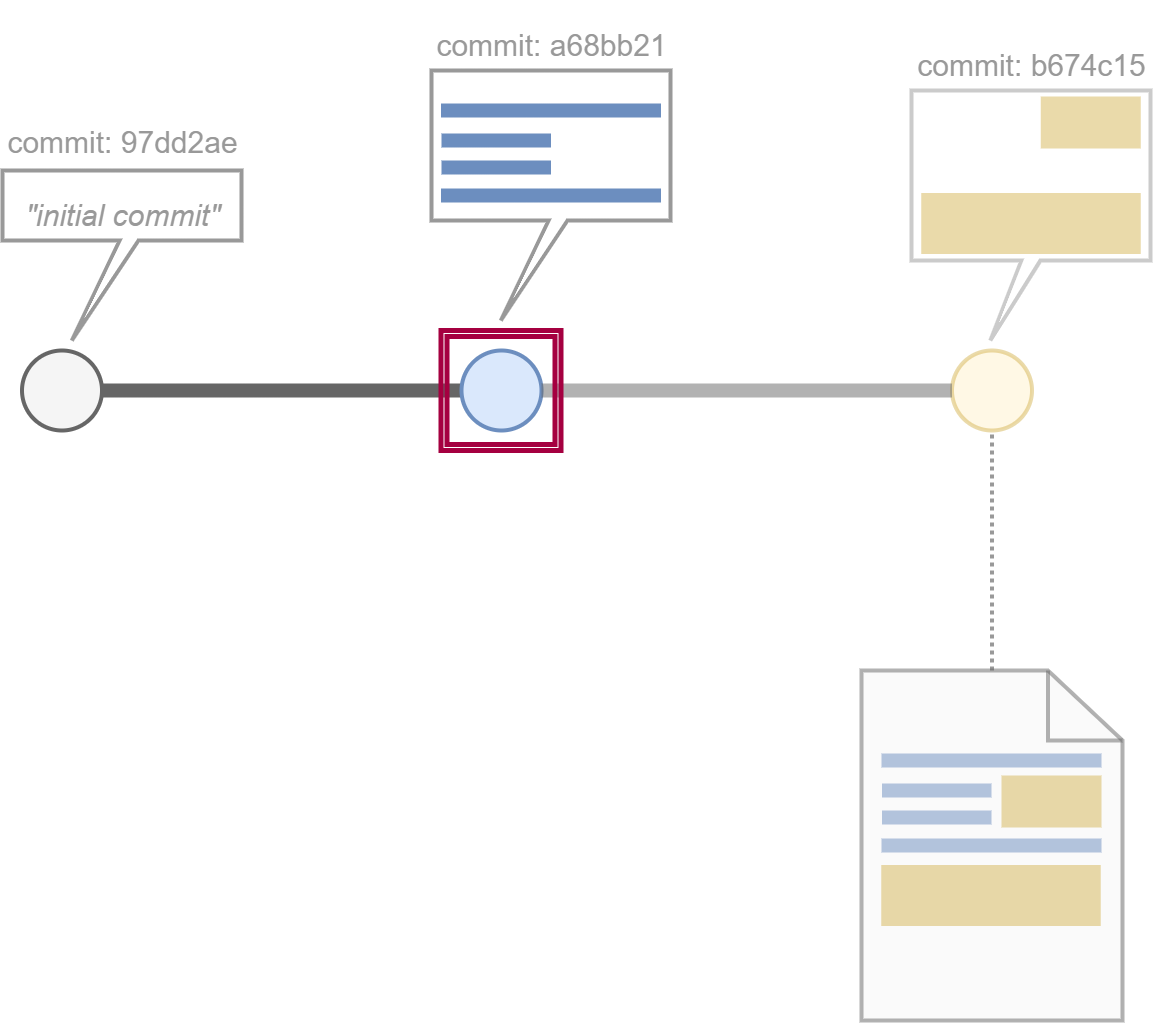
This is img/what_is_git_video/9_why_is_this_useful_b.drawio.png from SheCodesAus/what_is_git, a draw.io export, as it was before one commit. Source tidied: cells renumbered, new cells last; positions are measured from the earlier drawing's top-left corner, leaving out a move shared by most shapes. Source of this version:
```xml
<mxGraphModel>
  <root>
    <mxCell id="0" />
    <mxCell id="1" parent="0" />
    <mxCell id="2" style="shape=callout;whiteSpace=wrap;html=1;perimeter=calloutPerimeter;strokeWidth=4;base=19;size=80;position=0.46;position2=0.33;strokeColor=#999999;opacity=50;" parent="1" vertex="1">
      <mxGeometry x="909" y="80" width="239" height="250" as="geometry" />
    </mxCell>
    <mxCell id="3" style="shape=callout;whiteSpace=wrap;html=1;perimeter=calloutPerimeter;strokeWidth=4;base=19;size=100;position=0.49;position2=0.29;strokeColor=#999999;" parent="1" vertex="1">
      <mxGeometry x="429" y="60" width="239" height="250" as="geometry" />
    </mxCell>
    <mxCell id="4" style="verticalLabelPosition=bottom;shadow=0;dashed=0;align=center;html=1;verticalAlign=top;strokeWidth=14;shape=mxgraph.mockup.markup.line;strokeColor=#6c8ebf;fillColor=#dae8fc;" parent="1" vertex="1">
      <mxGeometry x="438.5" y="90" width="220" height="20" as="geometry" />
    </mxCell>
    <mxCell id="5" style="verticalLabelPosition=bottom;shadow=0;dashed=0;align=center;html=1;verticalAlign=top;strokeWidth=14;shape=mxgraph.mockup.markup.line;strokeColor=#6c8ebf;fillColor=#dae8fc;" parent="1" vertex="1">
      <mxGeometry x="439" y="120" width="109.5" height="20" as="geometry" />
    </mxCell>
    <mxCell id="6" style="verticalLabelPosition=bottom;shadow=0;dashed=0;align=center;html=1;verticalAlign=top;strokeWidth=14;shape=mxgraph.mockup.markup.line;strokeColor=#6c8ebf;fillColor=#dae8fc;" parent="1" vertex="1">
      <mxGeometry x="439" y="147" width="109.5" height="20" as="geometry" />
    </mxCell>
    <mxCell id="7" style="verticalLabelPosition=bottom;shadow=0;dashed=0;align=center;html=1;verticalAlign=top;strokeWidth=14;shape=mxgraph.mockup.markup.line;strokeColor=#6c8ebf;fillColor=#dae8fc;" parent="1" vertex="1">
      <mxGeometry x="438.5" y="175" width="220" height="20" as="geometry" />
    </mxCell>
    <mxCell id="8" style="verticalLabelPosition=bottom;shadow=0;dashed=0;align=center;html=1;verticalAlign=top;strokeWidth=61;shape=mxgraph.mockup.markup.line;strokeColor=#d6b656;fillColor=#fff2cc;opacity=50;" parent="1" vertex="1">
      <mxGeometry x="918.8" y="203" width="219.5" height="20" as="geometry" />
    </mxCell>
    <mxCell id="9" style="verticalLabelPosition=bottom;shadow=0;dashed=0;align=center;html=1;verticalAlign=top;strokeWidth=52;shape=mxgraph.mockup.markup.line;strokeColor=#d6b656;fillColor=#fff2cc;opacity=50;" parent="1" vertex="1">
      <mxGeometry x="1038.2" y="102" width="100" height="20" as="geometry" />
    </mxCell>
    <mxCell id="10" style="ellipse;whiteSpace=wrap;html=1;strokeWidth=4;fillColor=#f5f5f5;fontColor=#333333;strokeColor=#666666;" parent="1" vertex="1">
      <mxGeometry x="19.5" y="340" width="80" height="80" as="geometry" />
    </mxCell>
    <mxCell id="11" style="endArrow=none;html=1;exitX=1;exitY=0.5;exitDx=0;exitDy=0;strokeWidth=14;strokeColor=#666666;entryX=0;entryY=0.5;entryDx=0;entryDy=0;" parent="1" edge="1" source="10" target="12">
      <mxGeometry relative="1" as="geometry" />
    </mxCell>
    <mxCell id="12" style="ellipse;whiteSpace=wrap;html=1;strokeWidth=4;fillColor=#dae8fc;strokeColor=#6c8ebf;" parent="1" vertex="1">
      <mxGeometry x="459" y="340" width="80" height="80" as="geometry" />
    </mxCell>
    <mxCell id="13" style="ellipse;whiteSpace=wrap;html=1;strokeWidth=4;fillColor=#fff2cc;strokeColor=#d6b656;opacity=50;" parent="1" vertex="1">
      <mxGeometry x="949.5" y="340" width="80" height="80" as="geometry" />
    </mxCell>
    <mxCell id="14" style="endArrow=none;html=1;strokeWidth=14;strokeColor=#666666;entryX=0;entryY=0.5;entryDx=0;entryDy=0;exitX=1;exitY=0.5;exitDx=0;exitDy=0;edgeStyle=entityRelationEdgeStyle;opacity=50;" parent="1" edge="1" source="12" target="13">
      <mxGeometry relative="1" as="geometry" />
    </mxCell>
    <mxCell id="15" style="shape=callout;whiteSpace=wrap;html=1;perimeter=calloutPerimeter;strokeWidth=4;base=19;size=100;position=0.49;position2=0.29;strokeColor=#999999;" parent="1" vertex="1">
      <mxGeometry y="160" width="239" height="170" as="geometry" />
    </mxCell>
    <mxCell id="16" value="&lt;font style=&quot;font-size: 30px;&quot;&gt;&lt;i style=&quot;font-weight: normal;&quot;&gt;&quot;initial commit&quot;&lt;/i&gt;&lt;/font&gt;" style="text;strokeColor=none;fillColor=none;html=1;fontSize=60;fontStyle=1;verticalAlign=middle;align=center;fontColor=#999999;" parent="1" vertex="1">
      <mxGeometry y="170" width="240" height="50" as="geometry" />
    </mxCell>
    <mxCell id="17" style="shape=ext;double=1;whiteSpace=wrap;html=1;fillColor=none;strokeWidth=5;strokeColor=#A50040;fontColor=#ffffff;" parent="1" vertex="1">
      <mxGeometry x="438.5" y="320" width="120" height="120" as="geometry" />
    </mxCell>
    <mxCell id="18" style="edgeStyle=none;html=1;entryX=0.5;entryY=1;entryDx=0;entryDy=0;strokeWidth=4;fontColor=#999999;endArrow=none;endFill=0;dashed=1;strokeColor=#999999;dashPattern=1 1;rounded=1;jumpStyle=none;shadow=0;" parent="1" edge="1" source="19" target="13">
      <mxGeometry relative="1" as="geometry" />
    </mxCell>
    <mxCell id="19" style="html=1;verticalLabelPosition=bottom;align=center;labelBackgroundColor=#ffffff;verticalAlign=top;strokeWidth=4;strokeColor=#666666;shadow=0;dashed=0;shape=mxgraph.ios7.icons.document;fillColor=#f5f5f5;fontColor=#333333;opacity=50;" parent="1" vertex="1">
      <mxGeometry x="859" y="660" width="261" height="350" as="geometry" />
    </mxCell>
    <mxCell id="20" style="verticalLabelPosition=bottom;shadow=0;dashed=0;align=center;html=1;verticalAlign=top;strokeWidth=14;shape=mxgraph.mockup.markup.line;strokeColor=#6c8ebf;fillColor=#dae8fc;opacity=50;" parent="1" vertex="1">
      <mxGeometry x="879" y="740" width="220" height="20" as="geometry" />
    </mxCell>
    <mxCell id="21" style="verticalLabelPosition=bottom;shadow=0;dashed=0;align=center;html=1;verticalAlign=top;strokeWidth=14;shape=mxgraph.mockup.markup.line;strokeColor=#6c8ebf;fillColor=#dae8fc;opacity=50;" parent="1" vertex="1">
      <mxGeometry x="879.5" y="770" width="109.5" height="20" as="geometry" />
    </mxCell>
    <mxCell id="22" style="verticalLabelPosition=bottom;shadow=0;dashed=0;align=center;html=1;verticalAlign=top;strokeWidth=14;shape=mxgraph.mockup.markup.line;strokeColor=#6c8ebf;fillColor=#dae8fc;opacity=50;" parent="1" vertex="1">
      <mxGeometry x="879.5" y="797" width="109.5" height="20" as="geometry" />
    </mxCell>
    <mxCell id="23" style="verticalLabelPosition=bottom;shadow=0;dashed=0;align=center;html=1;verticalAlign=top;strokeWidth=14;shape=mxgraph.mockup.markup.line;strokeColor=#6c8ebf;fillColor=#dae8fc;opacity=50;" parent="1" vertex="1">
      <mxGeometry x="879" y="825" width="220" height="20" as="geometry" />
    </mxCell>
    <mxCell id="24" style="verticalLabelPosition=bottom;shadow=0;dashed=0;align=center;html=1;verticalAlign=top;strokeWidth=52;shape=mxgraph.mockup.markup.line;strokeColor=#d6b656;fillColor=#fff2cc;opacity=50;" parent="1" vertex="1">
      <mxGeometry x="999" y="780" width="100" height="22" as="geometry" />
    </mxCell>
    <mxCell id="25" style="verticalLabelPosition=bottom;shadow=0;dashed=0;align=center;html=1;verticalAlign=top;strokeWidth=61;shape=mxgraph.mockup.markup.line;strokeColor=#d6b656;fillColor=#fff2cc;opacity=50;" parent="1" vertex="1">
      <mxGeometry x="878.8" y="875" width="219.5" height="20" as="geometry" />
    </mxCell>
    <mxCell id="26" value="&lt;span style=&quot;font-weight: normal;&quot;&gt;&lt;font style=&quot;&quot; color=&quot;#999999&quot;&gt;&lt;span style=&quot;font-size: 30px;&quot;&gt;commit:&amp;nbsp;&lt;/span&gt;&lt;span style=&quot;text-align: left;&quot;&gt;&lt;font style=&quot;font-size: 30px;&quot;&gt;97dd2ae&lt;/font&gt;&lt;/span&gt;&lt;/font&gt;&lt;/span&gt;" style="text;strokeColor=none;fillColor=none;html=1;fontSize=60;fontStyle=1;verticalAlign=middle;align=center;" parent="1" vertex="1">
      <mxGeometry x="44.9" y="97" width="150.2" height="50" as="geometry" />
    </mxCell>
    <mxCell id="27" value="&lt;div style=&quot;text-align: left;&quot;&gt;&lt;span style=&quot;background-color: initial; font-weight: normal;&quot;&gt;&lt;font color=&quot;#999999&quot;&gt;&lt;span style=&quot;font-size: 30px;&quot;&gt;commit:&amp;nbsp;&lt;/span&gt;&lt;/font&gt;&lt;/span&gt;&lt;span style=&quot;background-color: initial; font-size: 30px; font-weight: 400;&quot;&gt;&lt;font color=&quot;#999999&quot;&gt;a68bb21&lt;/font&gt;&lt;/span&gt;&lt;/div&gt;" style="text;strokeColor=none;fillColor=none;html=1;fontSize=60;fontStyle=1;verticalAlign=middle;align=center;" parent="1" vertex="1">
      <mxGeometry x="473.4" width="150.2" height="50" as="geometry" />
    </mxCell>
    <mxCell id="28" value="&lt;div style=&quot;text-align: left;&quot;&gt;&lt;span style=&quot;background-color: initial; font-weight: normal;&quot;&gt;&lt;font color=&quot;#999999&quot;&gt;&lt;span style=&quot;font-size: 30px;&quot;&gt;commit:&amp;nbsp;&lt;/span&gt;&lt;/font&gt;&lt;/span&gt;&lt;span style=&quot;color: rgb(153, 153, 153); background-color: initial; font-size: 30px; font-weight: 400;&quot;&gt;b674c15&lt;/span&gt;&lt;/div&gt;" style="text;strokeColor=none;fillColor=none;html=1;fontSize=60;fontStyle=1;verticalAlign=middle;align=center;opacity=50;" parent="1" vertex="1">
      <mxGeometry x="953.4" y="20" width="150.2" height="50" as="geometry" />
    </mxCell>
  </root>
</mxGraphModel>
```
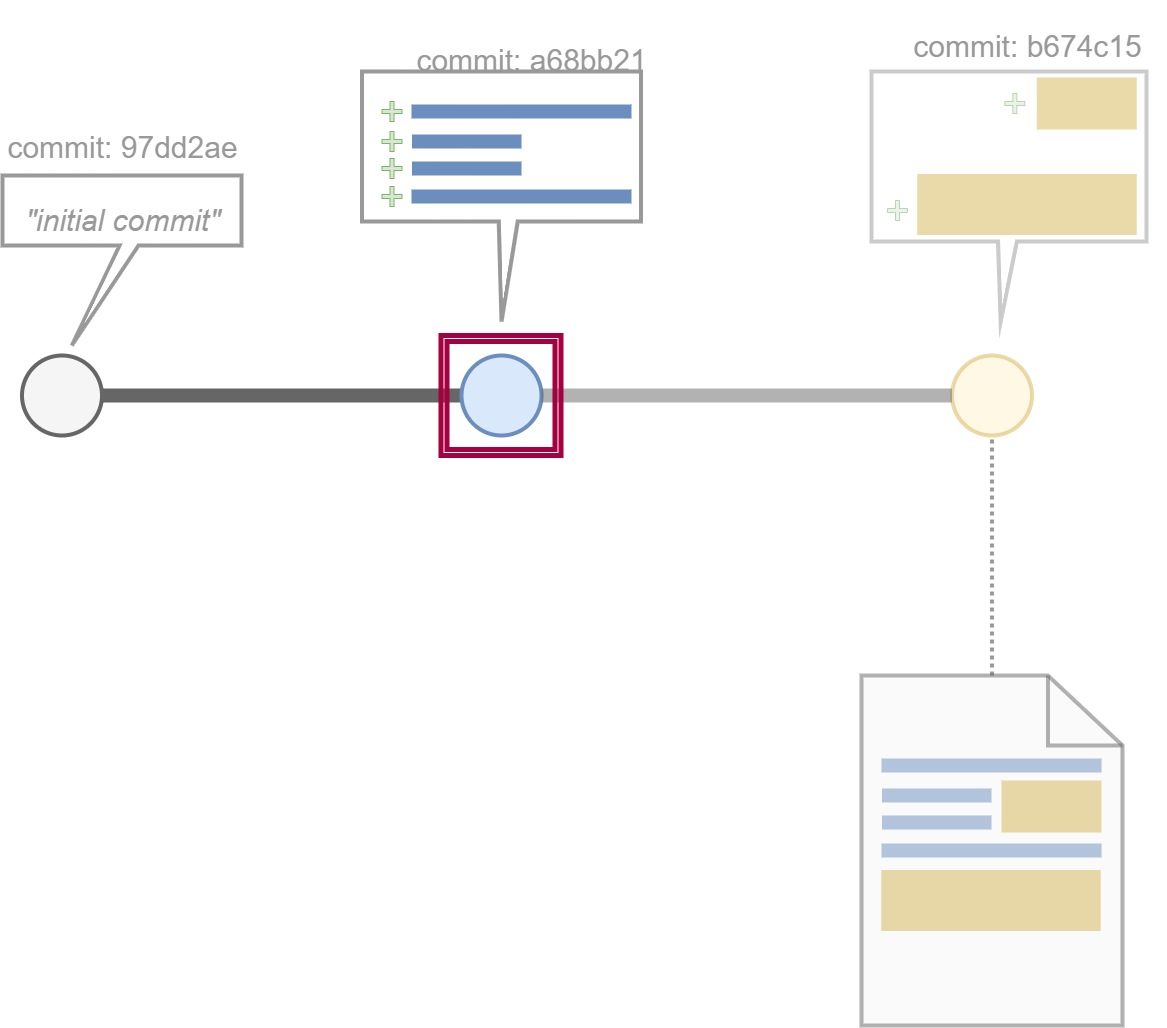
Later version of the same file.

The edit, as a diff of the source:
```diff
@@ -2,30 +2,6 @@
   <root>
     <mxCell id="0" />
     <mxCell id="1" parent="0" />
-    <mxCell id="2" style="shape=callout;whiteSpace=wrap;html=1;perimeter=calloutPerimeter;strokeWidth=4;base=19;size=80;position=0.46;position2=0.33;strokeColor=#999999;opacity=50;" parent="1" vertex="1">
-      <mxGeometry x="909" y="80" width="239" height="250" as="geometry" />
-    </mxCell>
-    <mxCell id="3" style="shape=callout;whiteSpace=wrap;html=1;perimeter=calloutPerimeter;strokeWidth=4;base=19;size=100;position=0.49;position2=0.29;strokeColor=#999999;" parent="1" vertex="1">
-      <mxGeometry x="429" y="60" width="239" height="250" as="geometry" />
-    </mxCell>
-    <mxCell id="4" style="verticalLabelPosition=bottom;shadow=0;dashed=0;align=center;html=1;verticalAlign=top;strokeWidth=14;shape=mxgraph.mockup.markup.line;strokeColor=#6c8ebf;fillColor=#dae8fc;" parent="1" vertex="1">
-      <mxGeometry x="438.5" y="90" width="220" height="20" as="geometry" />
-    </mxCell>
-    <mxCell id="5" style="verticalLabelPosition=bottom;shadow=0;dashed=0;align=center;html=1;verticalAlign=top;strokeWidth=14;shape=mxgraph.mockup.markup.line;strokeColor=#6c8ebf;fillColor=#dae8fc;" parent="1" vertex="1">
-      <mxGeometry x="439" y="120" width="109.5" height="20" as="geometry" />
-    </mxCell>
-    <mxCell id="6" style="verticalLabelPosition=bottom;shadow=0;dashed=0;align=center;html=1;verticalAlign=top;strokeWidth=14;shape=mxgraph.mockup.markup.line;strokeColor=#6c8ebf;fillColor=#dae8fc;" parent="1" vertex="1">
-      <mxGeometry x="439" y="147" width="109.5" height="20" as="geometry" />
-    </mxCell>
-    <mxCell id="7" style="verticalLabelPosition=bottom;shadow=0;dashed=0;align=center;html=1;verticalAlign=top;strokeWidth=14;shape=mxgraph.mockup.markup.line;strokeColor=#6c8ebf;fillColor=#dae8fc;" parent="1" vertex="1">
-      <mxGeometry x="438.5" y="175" width="220" height="20" as="geometry" />
-    </mxCell>
-    <mxCell id="8" style="verticalLabelPosition=bottom;shadow=0;dashed=0;align=center;html=1;verticalAlign=top;strokeWidth=61;shape=mxgraph.mockup.markup.line;strokeColor=#d6b656;fillColor=#fff2cc;opacity=50;" parent="1" vertex="1">
-      <mxGeometry x="918.8" y="203" width="219.5" height="20" as="geometry" />
-    </mxCell>
-    <mxCell id="9" style="verticalLabelPosition=bottom;shadow=0;dashed=0;align=center;html=1;verticalAlign=top;strokeWidth=52;shape=mxgraph.mockup.markup.line;strokeColor=#d6b656;fillColor=#fff2cc;opacity=50;" parent="1" vertex="1">
-      <mxGeometry x="1038.2" y="102" width="100" height="20" as="geometry" />
-    </mxCell>
     <mxCell id="10" style="ellipse;whiteSpace=wrap;html=1;strokeWidth=4;fillColor=#f5f5f5;fontColor=#333333;strokeColor=#666666;" parent="1" vertex="1">
       <mxGeometry x="19.5" y="340" width="80" height="80" as="geometry" />
     </mxCell>
@@ -77,11 +53,53 @@
     <mxCell id="26" value="&lt;span style=&quot;font-weight: normal;&quot;&gt;&lt;font style=&quot;&quot; color=&quot;#999999&quot;&gt;&lt;span style=&quot;font-size: 30px;&quot;&gt;commit:&amp;nbsp;&lt;/span&gt;&lt;span style=&quot;text-align: left;&quot;&gt;&lt;font style=&quot;font-size: 30px;&quot;&gt;97dd2ae&lt;/font&gt;&lt;/span&gt;&lt;/font&gt;&lt;/span&gt;" style="text;strokeColor=none;fillColor=none;html=1;fontSize=60;fontStyle=1;verticalAlign=middle;align=center;" parent="1" vertex="1">
       <mxGeometry x="44.9" y="97" width="150.2" height="50" as="geometry" />
     </mxCell>
+    <mxCell id="29" style="shape=callout;whiteSpace=wrap;html=1;perimeter=calloutPerimeter;strokeWidth=4;base=19;size=80;position=0.46;position2=0.47;strokeColor=#999999;opacity=50;" parent="1" vertex="1">
+      <mxGeometry x="869" y="56" width="275" height="250" as="geometry" />
+    </mxCell>
+    <mxCell id="30" style="shape=callout;whiteSpace=wrap;html=1;perimeter=calloutPerimeter;strokeWidth=4;base=19;size=100;position=0.49;position2=0.5;strokeColor=#999999;" parent="1" vertex="1">
+      <mxGeometry x="359.5" y="56" width="279" height="250" as="geometry" />
+    </mxCell>
+    <mxCell id="31" style="verticalLabelPosition=bottom;shadow=0;dashed=0;align=center;html=1;verticalAlign=top;strokeWidth=14;shape=mxgraph.mockup.markup.line;strokeColor=#6c8ebf;fillColor=#dae8fc;" parent="1" vertex="1">
+      <mxGeometry x="409" y="86" width="220" height="20" as="geometry" />
+    </mxCell>
+    <mxCell id="32" style="verticalLabelPosition=bottom;shadow=0;dashed=0;align=center;html=1;verticalAlign=top;strokeWidth=14;shape=mxgraph.mockup.markup.line;strokeColor=#6c8ebf;fillColor=#dae8fc;" parent="1" vertex="1">
+      <mxGeometry x="409.5" y="116" width="109.5" height="20" as="geometry" />
+    </mxCell>
+    <mxCell id="33" style="verticalLabelPosition=bottom;shadow=0;dashed=0;align=center;html=1;verticalAlign=top;strokeWidth=14;shape=mxgraph.mockup.markup.line;strokeColor=#6c8ebf;fillColor=#dae8fc;" parent="1" vertex="1">
+      <mxGeometry x="409.5" y="143" width="109.5" height="20" as="geometry" />
+    </mxCell>
+    <mxCell id="34" style="verticalLabelPosition=bottom;shadow=0;dashed=0;align=center;html=1;verticalAlign=top;strokeWidth=14;shape=mxgraph.mockup.markup.line;strokeColor=#6c8ebf;fillColor=#dae8fc;" parent="1" vertex="1">
+      <mxGeometry x="409" y="171" width="220" height="20" as="geometry" />
+    </mxCell>
+    <mxCell id="35" style="verticalLabelPosition=bottom;shadow=0;dashed=0;align=center;html=1;verticalAlign=top;strokeWidth=61;shape=mxgraph.mockup.markup.line;strokeColor=#d6b656;fillColor=#fff2cc;opacity=50;" parent="1" vertex="1">
+      <mxGeometry x="914.8" y="179" width="219.5" height="20" as="geometry" />
+    </mxCell>
+    <mxCell id="36" style="verticalLabelPosition=bottom;shadow=0;dashed=0;align=center;html=1;verticalAlign=top;strokeWidth=52;shape=mxgraph.mockup.markup.line;strokeColor=#d6b656;fillColor=#fff2cc;opacity=50;" parent="1" vertex="1">
+      <mxGeometry x="1034.2" y="78" width="100" height="20" as="geometry" />
+    </mxCell>
     <mxCell id="27" value="&lt;div style=&quot;text-align: left;&quot;&gt;&lt;span style=&quot;background-color: initial; font-weight: normal;&quot;&gt;&lt;font color=&quot;#999999&quot;&gt;&lt;span style=&quot;font-size: 30px;&quot;&gt;commit:&amp;nbsp;&lt;/span&gt;&lt;/font&gt;&lt;/span&gt;&lt;span style=&quot;background-color: initial; font-size: 30px; font-weight: 400;&quot;&gt;&lt;font color=&quot;#999999&quot;&gt;a68bb21&lt;/font&gt;&lt;/span&gt;&lt;/div&gt;" style="text;strokeColor=none;fillColor=none;html=1;fontSize=60;fontStyle=1;verticalAlign=middle;align=center;" parent="1" vertex="1">
-      <mxGeometry x="473.4" width="150.2" height="50" as="geometry" />
+      <mxGeometry x="453.4" y="10" width="150.2" height="50" as="geometry" />
     </mxCell>
     <mxCell id="28" value="&lt;div style=&quot;text-align: left;&quot;&gt;&lt;span style=&quot;background-color: initial; font-weight: normal;&quot;&gt;&lt;font color=&quot;#999999&quot;&gt;&lt;span style=&quot;font-size: 30px;&quot;&gt;commit:&amp;nbsp;&lt;/span&gt;&lt;/font&gt;&lt;/span&gt;&lt;span style=&quot;color: rgb(153, 153, 153); background-color: initial; font-size: 30px; font-weight: 400;&quot;&gt;b674c15&lt;/span&gt;&lt;/div&gt;" style="text;strokeColor=none;fillColor=none;html=1;fontSize=60;fontStyle=1;verticalAlign=middle;align=center;opacity=50;" parent="1" vertex="1">
-      <mxGeometry x="953.4" y="20" width="150.2" height="50" as="geometry" />
+      <mxGeometry x="949.4" y="-4" width="150.2" height="50" as="geometry" />
     </mxCell>
+    <mxCell id="37" style="shape=cross;whiteSpace=wrap;html=1;fillColor=#d5e8d4;strokeColor=#82b366;opacity=50;" parent="1" vertex="1">
+      <mxGeometry x="1002.4" y="78" width="20" height="20" as="geometry" />
+    </mxCell>
+    <mxCell id="38" style="shape=cross;whiteSpace=wrap;html=1;fillColor=#d5e8d4;strokeColor=#82b366;opacity=50;" parent="1" vertex="1">
+      <mxGeometry x="885" y="185" width="20" height="20" as="geometry" />
+    </mxCell>
+    <mxCell id="39" style="shape=cross;whiteSpace=wrap;html=1;fillColor=#d5e8d4;strokeColor=#82b366;" parent="1" vertex="1">
+      <mxGeometry x="379.5" y="86" width="20" height="20" as="geometry" />
+    </mxCell>
+    <mxCell id="40" style="shape=cross;whiteSpace=wrap;html=1;fillColor=#d5e8d4;strokeColor=#82b366;" parent="1" vertex="1">
+      <mxGeometry x="379.5" y="116" width="20" height="20" as="geometry" />
+    </mxCell>
+    <mxCell id="41" style="shape=cross;whiteSpace=wrap;html=1;fillColor=#d5e8d4;strokeColor=#82b366;" parent="1" vertex="1">
+      <mxGeometry x="379.5" y="143" width="20" height="20" as="geometry" />
+    </mxCell>
+    <mxCell id="42" style="shape=cross;whiteSpace=wrap;html=1;fillColor=#d5e8d4;strokeColor=#82b366;" parent="1" vertex="1">
+      <mxGeometry x="379.5" y="171" width="20" height="20" as="geometry" />
+    </mxCell>
   </root>
 </mxGraphModel>
```
